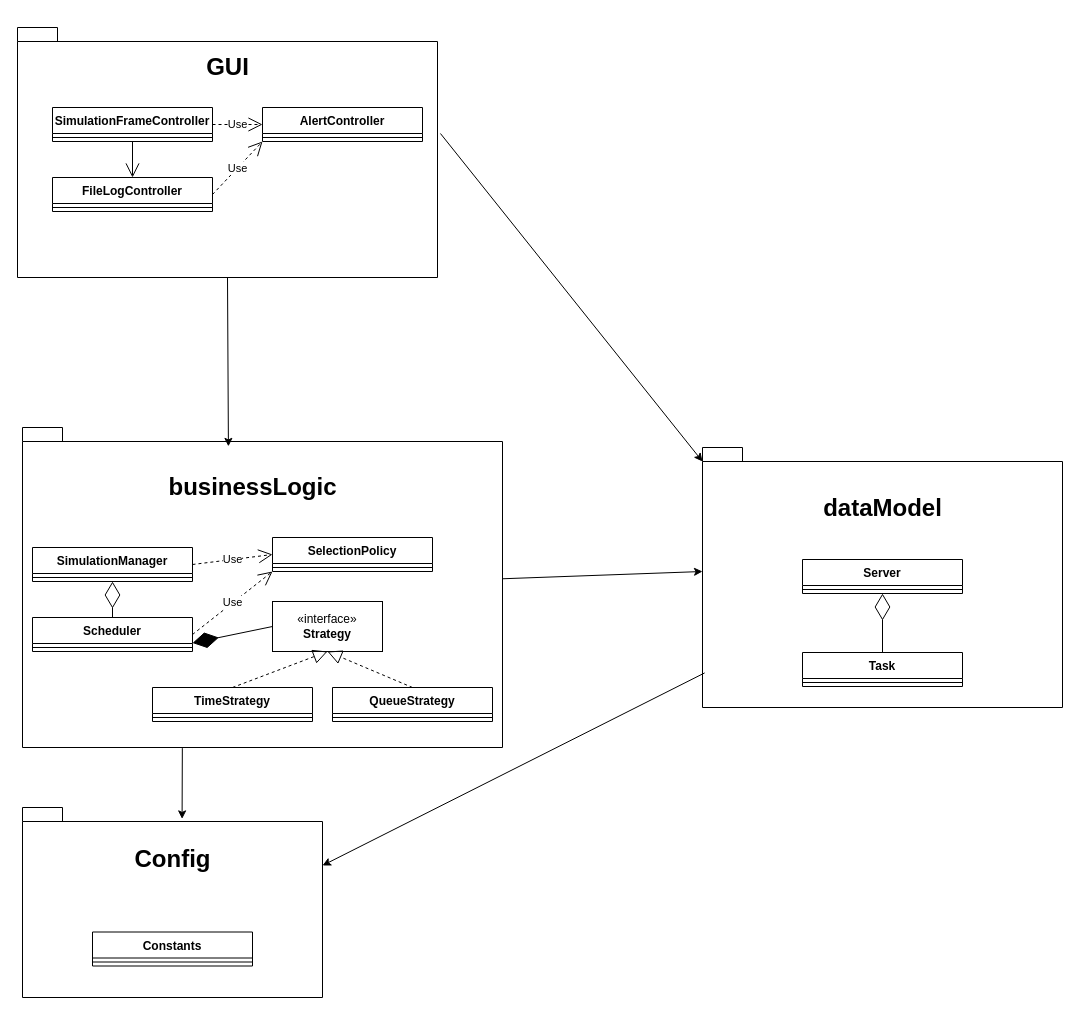
This is diagrams/packageDiagram(1).drawio from tudy0406/Queues-Management-Application, a draw.io file, before an edit. Source tidied: cells renumbered, new cells numbered last; positions are measured from the earlier drawing's top-left corner, leaving out a move shared by most shapes. Both pictures are drawn from the tidied source at 100%, with x=0, y=0 at pixel (17, 27).
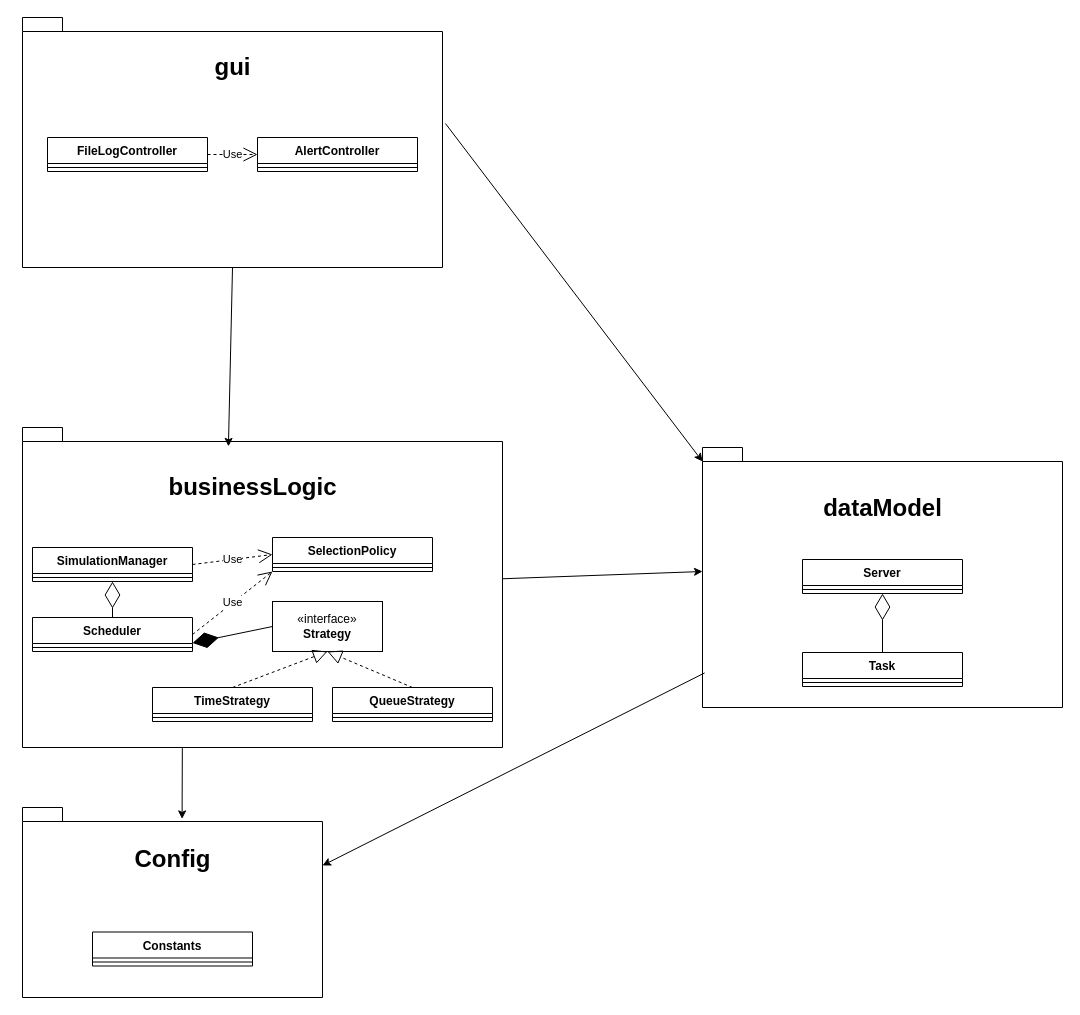
After the change.

What changed in the source:
```diff
@@
     <mxCell id="3" style="shape=folder;fontStyle=1;spacingTop=10;tabWidth=40;tabHeight=14;tabPosition=left;html=1;whiteSpace=wrap;" parent="1" vertex="1">
-      <mxGeometry width="420" height="250" as="geometry" />
+      <mxGeometry x="5" y="-10" width="420" height="250" as="geometry" />
     </mxCell>
@@
-    <mxCell id="11" value="SimulationFrameController" style="swimlane;fontStyle=1;align=center;verticalAlign=top;horizontal=1;startSize=26;whiteSpace=wrap;html=1;" parent="1" vertex="1">
-      <mxGeometry x="35" y="80" width="160" height="34" as="geometry" />
-    </mxCell>
-    <mxCell id="12" style="line;strokeWidth=1;fillColor=none;align=left;verticalAlign=middle;spacingTop=-1;spacingLeft=3;spacingRight=3;labelPosition=right;strokeColor=inherit;" parent="11" vertex="1">
-      <mxGeometry y="26" width="160" height="8" as="geometry" />
-    </mxCell>
     <mxCell id="13" value="AlertController" style="swimlane;fontStyle=1;align=center;verticalAlign=top;horizontal=1;startSize=26;whiteSpace=wrap;html=1;" parent="1" vertex="1">
-      <mxGeometry x="245" y="80" width="160" height="34" as="geometry" />
+      <mxGeometry x="240" y="110" width="160" height="34" as="geometry" />
     </mxCell>
@@
     <mxCell id="15" value="&lt;div&gt;FileLogController&lt;/div&gt;" style="swimlane;fontStyle=1;align=center;verticalAlign=top;horizontal=1;startSize=26;whiteSpace=wrap;html=1;" parent="1" vertex="1">
-      <mxGeometry x="35" y="150" width="160" height="34" as="geometry" />
+      <mxGeometry x="30" y="110" width="160" height="34" as="geometry" />
     </mxCell>
@@
-    <mxCell id="17" value="Use" style="endArrow=open;endSize=12;dashed=1;html=1;rounded=0;exitX=1;exitY=0.5;exitDx=0;exitDy=0;entryX=0;entryY=1;entryDx=0;entryDy=0;" parent="1" edge="1" source="15" target="13">
+    <mxCell id="17" value="Use" style="endArrow=open;endSize=12;dashed=1;html=1;rounded=0;exitX=1;exitY=0.5;exitDx=0;exitDy=0;entryX=0;entryY=0.5;entryDx=0;entryDy=0;" parent="1" edge="1" source="15" target="13">
       <mxGeometry relative="1" as="geometry" />
     </mxCell>
-    <mxCell id="18" value="Use" style="endArrow=open;endSize=12;dashed=1;html=1;rounded=0;exitX=1;exitY=0.5;exitDx=0;exitDy=0;entryX=0;entryY=0.5;entryDx=0;entryDy=0;" parent="1" edge="1" source="11" target="13">
-      <mxGeometry relative="1" as="geometry" />
-    </mxCell>
@@
-    <mxCell id="34" value="GUI" style="text;strokeColor=none;fillColor=none;html=1;fontSize=24;fontStyle=1;verticalAlign=middle;align=center;" parent="1" vertex="1">
-      <mxGeometry x="160" y="20" width="100" height="40" as="geometry" />
+    <mxCell id="34" value="gui" style="text;strokeColor=none;fillColor=none;html=1;fontSize=24;fontStyle=1;verticalAlign=middle;align=center;" parent="1" vertex="1">
+      <mxGeometry x="185" y="20" width="60" height="40" as="geometry" />
     </mxCell>
@@
-    <mxCell id="45" style="endArrow=open;endFill=1;endSize=12;html=1;rounded=0;exitX=0.5;exitY=1;exitDx=0;exitDy=0;entryX=0.5;entryY=0;entryDx=0;entryDy=0;" parent="1" edge="1" source="11" target="15">
-      <mxGeometry relative="1" as="geometry" />
-    </mxCell>
```
